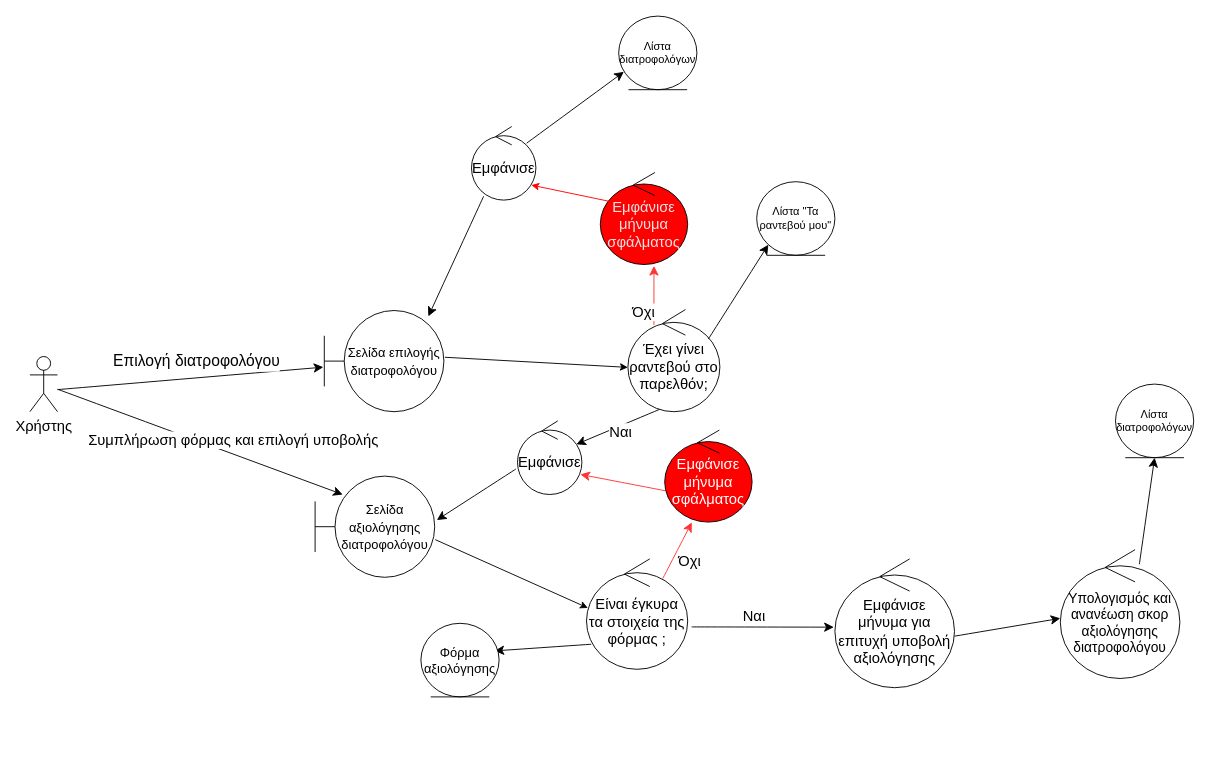
Above: ΠΕΜΠΤΟ ΠΑΡΑΔΟΤΕΟ/ΔΙΟΡΘΩΣΕΙΣ ΠΡΟΗΓΟΥΜΕΝΩΝ ΠΑΡΑΔΟΤΕΩΝ/Robustness-diagrams-v0.3/rd_αξιολόγηση_διατροφολόγου-v0.3.drawio in Dionkaps/Eu-Zin (draw.io), before the change. Source tidied: cells renumbered, new cells numbered last; positions are measured from the earlier drawing's top-left corner, leaving out a move shared by most shapes. Both pictures are drawn from the tidied source at 92%, with x=0, y=0 at pixel (29, 16).
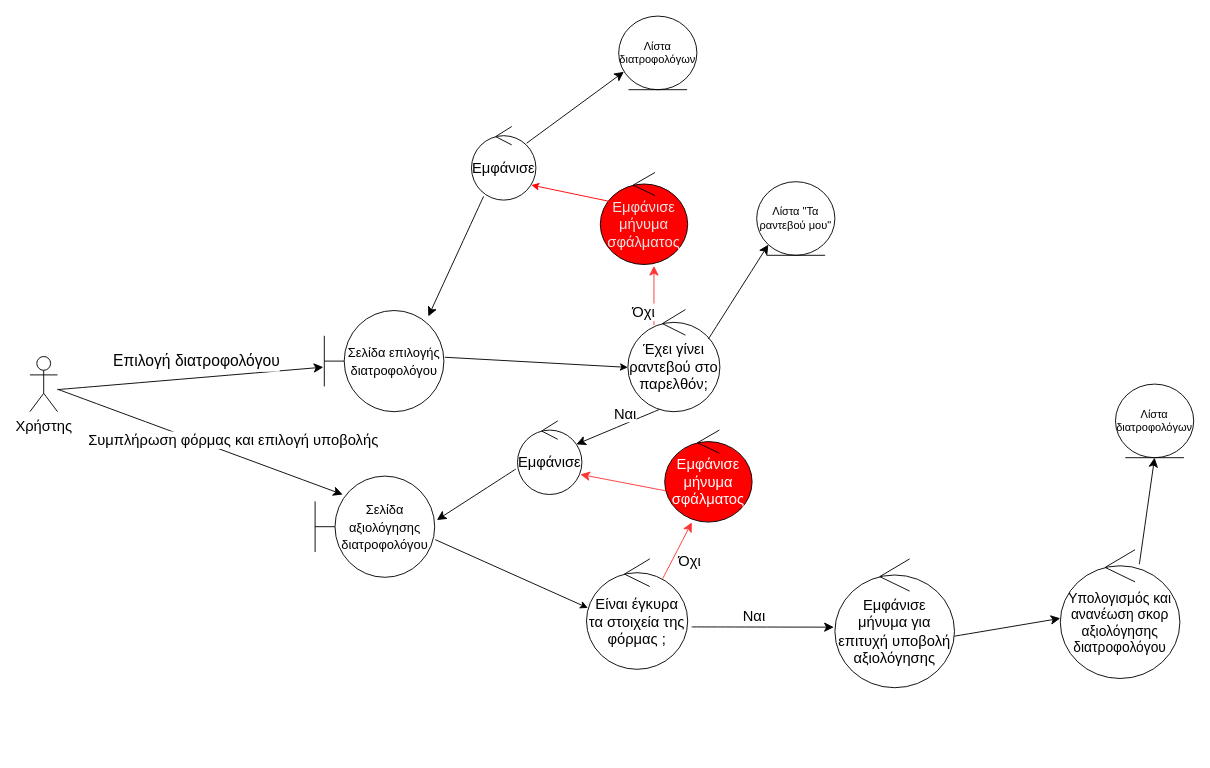
The same page after the edit.

The change refers to these unchanged cells:
```xml
<mxCell id="22" value="&lt;font&gt;Είναι έγκυρα τα στοιχεία της φόρμας ;&lt;/font&gt;" style="ellipse;shape=umlControl;whiteSpace=wrap;html=1;fontSize=16;strokeColor=#000000;fontColor=#000000;" parent="1" vertex="1">
  <mxGeometry x="605" y="590" width="110" height="120" as="geometry" />
</mxCell>
```

Change to the diagram source:
```diff
@@
     <mxCell id="16" value="&lt;font&gt;Ναι&lt;/font&gt;" style="edgeLabel;html=1;align=center;verticalAlign=middle;fontSize=16;fontColor=#000000;" parent="1" vertex="1">
-      <mxGeometry x="515" y="600" as="geometry">
+      <mxGeometry x="520" y="580" as="geometry">
         <mxPoint x="126" y="-149" as="offset" />
       </mxGeometry>
     </mxCell>
@@
-    <mxCell id="25" style="edgeStyle=none;curved=1;rounded=0;jettySize=auto;html=1;fontSize=12;startSize=8;endSize=8;strokeColor=#000000;exitX=0.047;exitY=0.773;exitDx=0;exitDy=0;exitPerimeter=0;entryX=0.941;entryY=0.375;entryDx=0;entryDy=0;entryPerimeter=0;" parent="1" edge="1" source="22" target="26">
-      <mxGeometry relative="1" as="geometry" />
-    </mxCell>
-    <mxCell id="26" value="Φόρμα αξιολόγησης" style="ellipse;shape=umlEntity;whiteSpace=wrap;html=1;strokeColor=#000000;fontColor=#000000;fontSize=14;" parent="1" vertex="1">
-      <mxGeometry x="425" y="660" width="85" height="80" as="geometry" />
-    </mxCell>
```
